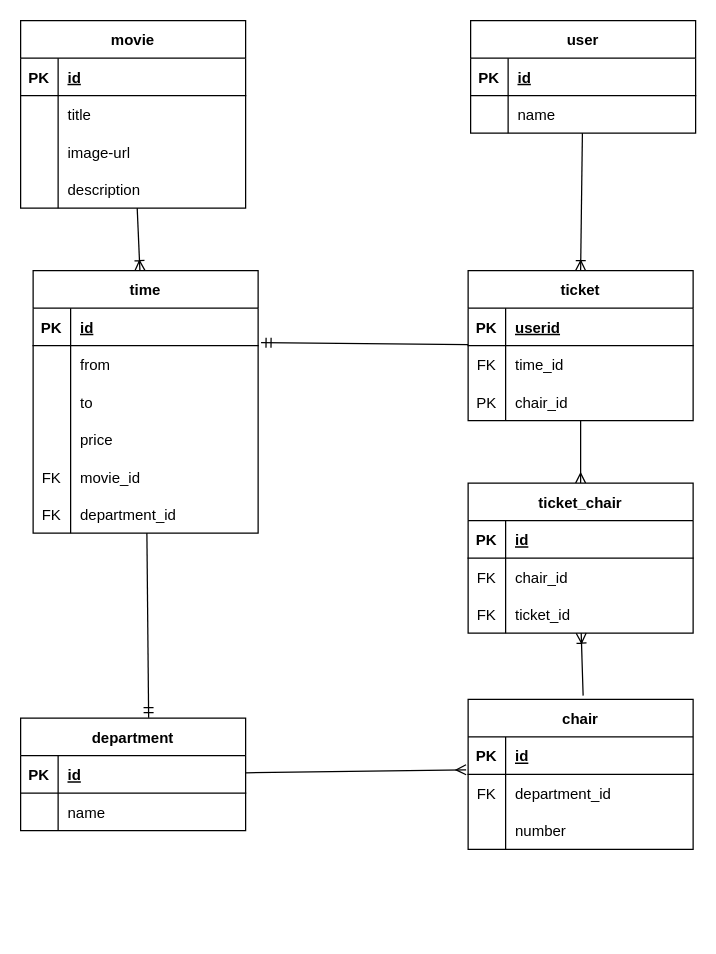
Earlier version of the draw.io diagram order-cinema-ticket/oder-cinema-ticket.drawio (agilino/angular-springboot). Source tidied: cells renumbered, new cells numbered last; positions are measured from the earlier drawing's top-left corner, leaving out a move shared by most shapes. Both pictures are drawn from the tidied source at 125%, with x=0, y=0 at pixel (20, 20).
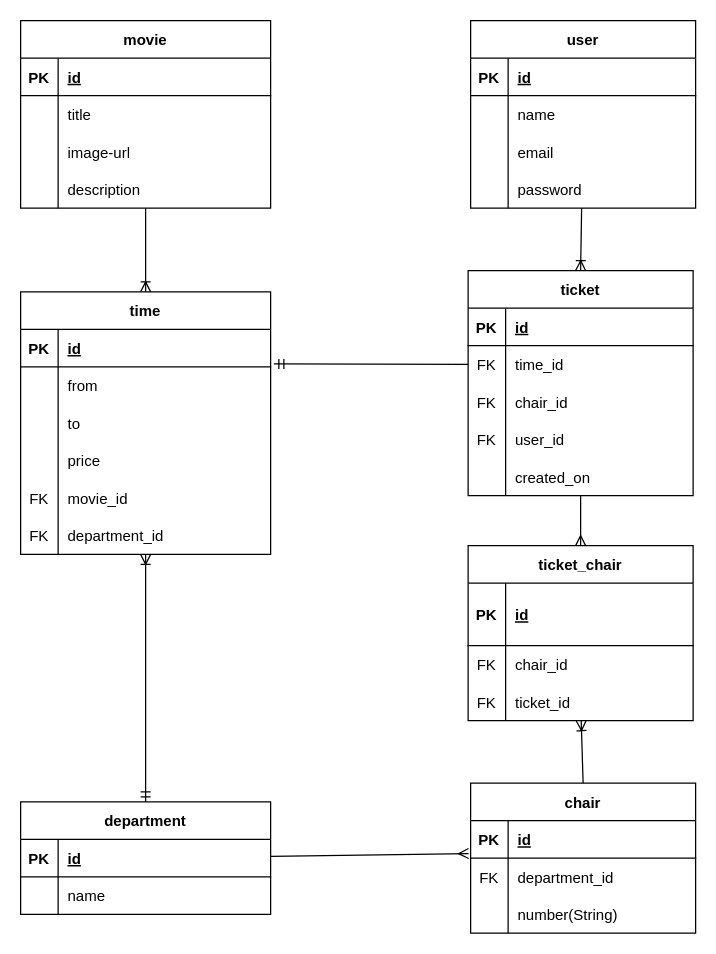
The same diagram, later.

Unchanged cells that the change refers to:
```xml
<mxCell id="30" style="shape=tableRow;horizontal=0;startSize=0;swimlaneHead=0;swimlaneBody=0;fillColor=none;top=0;left=0;right=0;bottom=0;" parent="23" vertex="1">
  <mxGeometry y="90" width="180" height="30" as="geometry" />
</mxCell>
<mxCell id="65" style="shape=tableRow;horizontal=0;startSize=0;swimlaneHead=0;swimlaneBody=0;fillColor=none;top=0;left=0;right=0;bottom=1;" parent="64" vertex="1">
  <mxGeometry y="30" width="180" height="30" as="geometry" />
</mxCell>
<mxCell id="68" style="shape=tableRow;horizontal=0;startSize=0;swimlaneHead=0;swimlaneBody=0;fillColor=none;points=[[0,0.5],[1,0.5]];portConstraint=eastwest;top=0;left=0;right=0;bottom=0;" parent="64" vertex="1">
  <mxGeometry y="60" width="180" height="30" as="geometry" />
</mxCell>
<mxCell id="71" style="shape=tableRow;horizontal=0;startSize=0;swimlaneHead=0;swimlaneBody=0;fillColor=none;top=0;left=0;right=0;bottom=0;" parent="64" vertex="1">
  <mxGeometry y="90" width="180" height="30" as="geometry" />
</mxCell>
```

What changed in the source:
```diff
@@
     <mxCell id="3" value="movie" style="shape=table;startSize=30;childLayout=tableLayout;rowLines=0;fontStyle=1;align=center;" parent="1" vertex="1">
-      <mxGeometry width="180" height="150" as="geometry" />
+      <mxGeometry width="200" height="150" as="geometry" />
     </mxCell>
     <mxCell id="4" style="shape=tableRow;horizontal=0;startSize=0;swimlaneHead=0;swimlaneBody=0;fillColor=none;top=0;left=0;right=0;bottom=1;" parent="3" vertex="1">
-      <mxGeometry y="30" width="180" height="30" as="geometry" />
+      <mxGeometry y="30" width="200" height="30" as="geometry" />
     </mxCell>
@@
     <mxCell id="6" value="id" style="shape=partialRectangle;fillColor=none;top=0;left=0;bottom=0;right=0;align=left;spacingLeft=6;fontStyle=5;overflow=hidden;" parent="4" vertex="1">
-      <mxGeometry x="30" width="150" height="30" as="geometry" />
+      <mxGeometry x="30" width="170" height="30" as="geometry" />
     </mxCell>
     <mxCell id="7" style="shape=tableRow;horizontal=0;startSize=0;swimlaneHead=0;swimlaneBody=0;fillColor=none;top=0;left=0;right=0;bottom=0;" parent="3" vertex="1">
-      <mxGeometry y="60" width="180" height="30" as="geometry" />
+      <mxGeometry y="60" width="200" height="30" as="geometry" />
     </mxCell>
@@
     <mxCell id="9" value="title" style="shape=partialRectangle;fillColor=none;top=0;left=0;bottom=0;right=0;align=left;spacingLeft=6;overflow=hidden;" parent="7" vertex="1">
-      <mxGeometry x="30" width="150" height="30" as="geometry" />
+      <mxGeometry x="30" width="170" height="30" as="geometry" />
     </mxCell>
     <mxCell id="10" style="shape=tableRow;horizontal=0;startSize=0;swimlaneHead=0;swimlaneBody=0;fillColor=none;top=0;left=0;right=0;bottom=0;" parent="3" vertex="1">
-      <mxGeometry y="90" width="180" height="30" as="geometry" />
+      <mxGeometry y="90" width="200" height="30" as="geometry" />
     </mxCell>
@@
     <mxCell id="12" value="image-url" style="shape=partialRectangle;fillColor=none;top=0;left=0;bottom=0;right=0;align=left;spacingLeft=6;overflow=hidden;" parent="10" vertex="1">
-      <mxGeometry x="30" width="150" height="30" as="geometry" />
+      <mxGeometry x="30" width="170" height="30" as="geometry" />
     </mxCell>
     <mxCell id="13" style="shape=tableRow;horizontal=0;startSize=0;swimlaneHead=0;swimlaneBody=0;fillColor=none;top=0;left=0;right=0;bottom=0;" parent="3" vertex="1">
-      <mxGeometry y="120" width="180" height="30" as="geometry" />
+      <mxGeometry y="120" width="200" height="30" as="geometry" />
     </mxCell>
@@
     <mxCell id="15" value="description" style="shape=partialRectangle;fillColor=none;top=0;left=0;bottom=0;right=0;align=left;spacingLeft=6;overflow=hidden;" parent="13" vertex="1">
-      <mxGeometry x="30" width="150" height="30" as="geometry" />
+      <mxGeometry x="30" width="170" height="30" as="geometry" />
     </mxCell>
     <mxCell id="16" value="department" style="shape=table;startSize=30;childLayout=tableLayout;rowLines=0;fontStyle=1;align=center;" parent="1" vertex="1">
-      <mxGeometry y="558" width="180" height="90" as="geometry" />
+      <mxGeometry y="625" width="200" height="90" as="geometry" />
     </mxCell>
     <mxCell id="17" style="shape=tableRow;horizontal=0;startSize=0;swimlaneHead=0;swimlaneBody=0;fillColor=none;points=[[0,0.5],[1,0.5]];portConstraint=eastwest;top=0;left=0;right=0;bottom=1;" parent="16" vertex="1">
-      <mxGeometry y="30" width="180" height="30" as="geometry" />
+      <mxGeometry y="30" width="200" height="30" as="geometry" />
     </mxCell>
@@
     <mxCell id="19" value="id" style="shape=partialRectangle;fillColor=none;top=0;left=0;bottom=0;right=0;align=left;spacingLeft=6;fontStyle=5;overflow=hidden;" parent="17" vertex="1">
-      <mxGeometry x="30" width="150" height="30" as="geometry" />
+      <mxGeometry x="30" width="170" height="30" as="geometry" />
     </mxCell>
     <mxCell id="20" style="shape=tableRow;horizontal=0;startSize=0;swimlaneHead=0;swimlaneBody=0;fillColor=none;top=0;left=0;right=0;bottom=0;" parent="16" vertex="1">
-      <mxGeometry y="60" width="180" height="30" as="geometry" />
+      <mxGeometry y="60" width="200" height="30" as="geometry" />
     </mxCell>
@@
     <mxCell id="22" value="name" style="shape=partialRectangle;fillColor=none;top=0;left=0;bottom=0;right=0;align=left;spacingLeft=6;overflow=hidden;" parent="20" vertex="1">
-      <mxGeometry x="30" width="150" height="30" as="geometry" />
+      <mxGeometry x="30" width="170" height="30" as="geometry" />
     </mxCell>
     <mxCell id="23" value="chair" style="shape=table;startSize=30;childLayout=tableLayout;rowLines=0;fontStyle=1;align=center;" parent="1" vertex="1">
-      <mxGeometry x="358" y="543" width="180" height="120" as="geometry" />
+      <mxGeometry x="360" y="610" width="180" height="120" as="geometry" />
     </mxCell>
@@
-    <mxCell id="32" value="number" style="shape=partialRectangle;fillColor=none;top=0;left=0;bottom=0;right=0;align=left;spacingLeft=6;overflow=hidden;" parent="30" vertex="1">
+    <mxCell id="32" value="number(String) " style="shape=partialRectangle;fillColor=none;top=0;left=0;bottom=0;right=0;align=left;spacingLeft=6;overflow=hidden;" parent="30" vertex="1">
       <mxGeometry x="30" width="150" height="30" as="geometry" />
     </mxCell>
-    <mxCell id="33" style="edgeStyle=none;html=1;entryX=0.569;entryY=-0.004;entryDx=0;entryDy=0;entryPerimeter=0;endArrow=ERmandOne;endFill=0;" parent="1" edge="1" source="34" target="16">
+    <mxCell id="33" style="edgeStyle=none;html=1;endArrow=ERmandOne;endFill=0;startArrow=ERoneToMany;startFill=0;entryX=0.5;entryY=0;entryDx=0;entryDy=0;" parent="1" edge="1" source="34" target="16">
       <mxGeometry relative="1" as="geometry" />
     </mxCell>
     <mxCell id="34" value="time" style="shape=table;startSize=30;childLayout=tableLayout;rowLines=0;fontStyle=1;align=center;" parent="1" vertex="1">
-      <mxGeometry x="10" y="200" width="180" height="210" as="geometry" />
+      <mxGeometry y="217" width="200" height="210" as="geometry" />
     </mxCell>
     <mxCell id="35" style="shape=tableRow;horizontal=0;startSize=0;swimlaneHead=0;swimlaneBody=0;fillColor=none;top=0;left=0;right=0;bottom=1;" parent="34" vertex="1">
-      <mxGeometry y="30" width="180" height="30" as="geometry" />
+      <mxGeometry y="30" width="200" height="30" as="geometry" />
     </mxCell>
@@
     <mxCell id="37" value="id" style="shape=partialRectangle;fillColor=none;top=0;left=0;bottom=0;right=0;align=left;spacingLeft=6;fontStyle=5;overflow=hidden;" parent="35" vertex="1">
-      <mxGeometry x="30" width="150" height="30" as="geometry" />
+      <mxGeometry x="30" width="170" height="30" as="geometry" />
     </mxCell>
     <mxCell id="38" style="shape=tableRow;horizontal=0;startSize=0;swimlaneHead=0;swimlaneBody=0;fillColor=none;points=[[0,0.5],[1,0.5]];portConstraint=eastwest;top=0;left=0;right=0;bottom=0;" parent="34" vertex="1">
-      <mxGeometry y="60" width="180" height="30" as="geometry" />
+      <mxGeometry y="60" width="200" height="30" as="geometry" />
     </mxCell>
@@
     <mxCell id="40" value="from" style="shape=partialRectangle;fillColor=none;top=0;left=0;bottom=0;right=0;align=left;spacingLeft=6;overflow=hidden;" parent="38" vertex="1">
-      <mxGeometry x="30" width="150" height="30" as="geometry" />
+      <mxGeometry x="30" width="170" height="30" as="geometry" />
     </mxCell>
     <mxCell id="41" style="shape=tableRow;horizontal=0;startSize=0;swimlaneHead=0;swimlaneBody=0;fillColor=none;top=0;left=0;right=0;bottom=0;" parent="34" vertex="1">
-      <mxGeometry y="90" width="180" height="30" as="geometry" />
+      <mxGeometry y="90" width="200" height="30" as="geometry" />
     </mxCell>
@@
     <mxCell id="43" value="to" style="shape=partialRectangle;fillColor=none;top=0;left=0;bottom=0;right=0;align=left;spacingLeft=6;overflow=hidden;" parent="41" vertex="1">
-      <mxGeometry x="30" width="150" height="30" as="geometry" />
+      <mxGeometry x="30" width="170" height="30" as="geometry" />
     </mxCell>
     <mxCell id="44" style="shape=tableRow;horizontal=0;startSize=0;swimlaneHead=0;swimlaneBody=0;fillColor=none;top=0;left=0;right=0;bottom=0;" parent="34" vertex="1">
-      <mxGeometry y="120" width="180" height="30" as="geometry" />
+      <mxGeometry y="120" width="200" height="30" as="geometry" />
     </mxCell>
@@
     <mxCell id="46" value="price" style="shape=partialRectangle;fillColor=none;top=0;left=0;bottom=0;right=0;align=left;spacingLeft=6;overflow=hidden;" parent="44" vertex="1">
-      <mxGeometry x="30" width="150" height="30" as="geometry" />
+      <mxGeometry x="30" width="170" height="30" as="geometry" />
     </mxCell>
     <mxCell id="47" style="shape=tableRow;horizontal=0;startSize=0;swimlaneHead=0;swimlaneBody=0;fillColor=none;top=0;left=0;right=0;bottom=0;" parent="34" vertex="1">
-      <mxGeometry y="150" width="180" height="30" as="geometry" />
+      <mxGeometry y="150" width="200" height="30" as="geometry" />
     </mxCell>
@@
     <mxCell id="49" value="movie_id" style="shape=partialRectangle;fillColor=none;top=0;left=0;bottom=0;right=0;align=left;spacingLeft=6;overflow=hidden;" parent="47" vertex="1">
-      <mxGeometry x="30" width="150" height="30" as="geometry" />
+      <mxGeometry x="30" width="170" height="30" as="geometry" />
     </mxCell>
     <mxCell id="50" style="shape=tableRow;horizontal=0;startSize=0;swimlaneHead=0;swimlaneBody=0;fillColor=none;top=0;left=0;right=0;bottom=0;" parent="34" vertex="1">
-      <mxGeometry y="180" width="180" height="30" as="geometry" />
+      <mxGeometry y="180" width="200" height="30" as="geometry" />
     </mxCell>
@@
     <mxCell id="52" value="department_id" style="shape=partialRectangle;fillColor=none;top=0;left=0;bottom=0;right=0;align=left;spacingLeft=6;overflow=hidden;" parent="50" vertex="1">
-      <mxGeometry x="30" width="150" height="30" as="geometry" />
+      <mxGeometry x="30" width="170" height="30" as="geometry" />
     </mxCell>
@@
     <mxCell id="54" value="user" style="shape=table;startSize=30;childLayout=tableLayout;rowLines=0;fontStyle=1;align=center;" parent="1" vertex="1">
-      <mxGeometry x="360" width="180" height="90" as="geometry" />
+      <mxGeometry x="360" width="180" height="150" as="geometry" />
     </mxCell>
@@
+    <mxCell id="85" style="shape=tableRow;horizontal=0;startSize=0;swimlaneHead=0;swimlaneBody=0;fillColor=none;top=0;left=0;right=0;bottom=0;" parent="54" vertex="1">
+      <mxGeometry y="90" width="180" height="30" as="geometry" />
+    </mxCell>
+    <mxCell id="86" style="shape=partialRectangle;fillColor=none;top=0;left=0;bottom=0;right=0;overflow=hidden;" parent="85" vertex="1">
+      <mxGeometry width="30" height="30" as="geometry" />
+    </mxCell>
+    <mxCell id="87" value="email" style="shape=partialRectangle;fillColor=none;top=0;left=0;bottom=0;right=0;align=left;spacingLeft=6;overflow=hidden;" parent="85" vertex="1">
+      <mxGeometry x="30" width="150" height="30" as="geometry" />
+    </mxCell>
+    <mxCell id="88" style="shape=tableRow;horizontal=0;startSize=0;swimlaneHead=0;swimlaneBody=0;fillColor=none;top=0;left=0;right=0;bottom=0;" parent="54" vertex="1">
+      <mxGeometry y="120" width="180" height="30" as="geometry" />
+    </mxCell>
+    <mxCell id="89" style="shape=partialRectangle;fillColor=none;top=0;left=0;bottom=0;right=0;overflow=hidden;" parent="88" vertex="1">
+      <mxGeometry width="30" height="30" as="geometry" />
+    </mxCell>
+    <mxCell id="90" value="password" style="shape=partialRectangle;fillColor=none;top=0;left=0;bottom=0;right=0;align=left;spacingLeft=6;overflow=hidden;" parent="88" vertex="1">
+      <mxGeometry x="30" width="150" height="30" as="geometry" />
+    </mxCell>
@@
-    <mxCell id="62" style="edgeStyle=none;html=1;endArrow=ERmandOne;endFill=0;entryX=1.013;entryY=-0.078;entryDx=0;entryDy=0;entryPerimeter=0;" parent="1" edge="1" source="64" target="38">
+    <mxCell id="62" style="edgeStyle=none;html=1;endArrow=ERmandOne;endFill=0;entryX=1.013;entryY=-0.078;entryDx=0;entryDy=0;entryPerimeter=0;exitX=0;exitY=0.5;exitDx=0;exitDy=0;" parent="1" edge="1" source="68" target="38">
       <mxGeometry relative="1" as="geometry" />
     </mxCell>
@@
     <mxCell id="64" value="ticket" style="shape=table;startSize=30;childLayout=tableLayout;rowLines=0;fontStyle=1;align=center;" parent="1" vertex="1">
-      <mxGeometry x="358" y="200" width="180" height="120" as="geometry" />
+      <mxGeometry x="358" y="200" width="180" height="180" as="geometry" />
     </mxCell>
@@
-    <mxCell id="67" value="userid" style="shape=partialRectangle;fillColor=none;top=0;left=0;bottom=0;right=0;align=left;spacingLeft=6;fontStyle=5;overflow=hidden;" parent="65" vertex="1">
+    <mxCell id="67" value="id" style="shape=partialRectangle;fillColor=none;top=0;left=0;bottom=0;right=0;align=left;spacingLeft=6;fontStyle=5;overflow=hidden;" parent="65" vertex="1">
       <mxGeometry x="30" width="150" height="30" as="geometry" />
     </mxCell>
@@
-    <mxCell id="72" value="PK" style="shape=partialRectangle;fillColor=none;top=0;left=0;bottom=0;right=0;overflow=hidden;" parent="71" vertex="1">
+    <mxCell id="72" value="FK" style="shape=partialRectangle;fillColor=none;top=0;left=0;bottom=0;right=0;overflow=hidden;" parent="71" vertex="1">
       <mxGeometry width="30" height="30" as="geometry" />
     </mxCell>
@@
+    <mxCell id="91" style="shape=tableRow;horizontal=0;startSize=0;swimlaneHead=0;swimlaneBody=0;fillColor=none;top=0;left=0;right=0;bottom=0;" parent="64" vertex="1">
+      <mxGeometry y="120" width="180" height="30" as="geometry" />
+    </mxCell>
+    <mxCell id="92" value="FK" style="shape=partialRectangle;fillColor=none;top=0;left=0;bottom=0;right=0;overflow=hidden;" parent="91" vertex="1">
+      <mxGeometry width="30" height="30" as="geometry" />
+    </mxCell>
+    <mxCell id="93" value="user_id" style="shape=partialRectangle;fillColor=none;top=0;left=0;bottom=0;right=0;align=left;spacingLeft=6;overflow=hidden;" parent="91" vertex="1">
+      <mxGeometry x="30" width="150" height="30" as="geometry" />
+    </mxCell>
+    <mxCell id="94" style="shape=tableRow;horizontal=0;startSize=0;swimlaneHead=0;swimlaneBody=0;fillColor=none;top=0;left=0;right=0;bottom=0;" parent="64" vertex="1">
+      <mxGeometry y="150" width="180" height="30" as="geometry" />
+    </mxCell>
+    <mxCell id="95" style="shape=partialRectangle;fillColor=none;top=0;left=0;bottom=0;right=0;overflow=hidden;" parent="94" vertex="1">
+      <mxGeometry width="30" height="30" as="geometry" />
+    </mxCell>
+    <mxCell id="96" value="created_on" style="shape=partialRectangle;fillColor=none;top=0;left=0;bottom=0;right=0;align=left;spacingLeft=6;overflow=hidden;" parent="94" vertex="1">
+      <mxGeometry x="30" width="150" height="30" as="geometry" />
+    </mxCell>
     <mxCell id="74" value="ticket_chair" style="shape=table;startSize=30;childLayout=tableLayout;rowLines=0;fontStyle=1;align=center;" parent="1" vertex="1">
-      <mxGeometry x="358" y="370" width="180" height="120" as="geometry" />
+      <mxGeometry x="358" y="420" width="180" height="140" as="geometry" />
     </mxCell>
     <mxCell id="75" style="shape=tableRow;horizontal=0;startSize=0;swimlaneHead=0;swimlaneBody=0;fillColor=none;top=0;left=0;right=0;bottom=1;" parent="74" vertex="1">
-      <mxGeometry y="30" width="180" height="30" as="geometry" />
+      <mxGeometry y="30" width="180" height="50" as="geometry" />
     </mxCell>
     <mxCell id="76" value="PK" style="shape=partialRectangle;fillColor=none;top=0;left=0;bottom=0;right=0;fontStyle=1;overflow=hidden;" parent="75" vertex="1">
-      <mxGeometry width="30" height="30" as="geometry" />
+      <mxGeometry width="30" height="50" as="geometry" />
     </mxCell>
     <mxCell id="77" value="id" style="shape=partialRectangle;fillColor=none;top=0;left=0;bottom=0;right=0;align=left;spacingLeft=6;fontStyle=5;overflow=hidden;" parent="75" vertex="1">
-      <mxGeometry x="30" width="150" height="30" as="geometry" />
+      <mxGeometry x="30" width="150" height="50" as="geometry" />
     </mxCell>
     <mxCell id="78" style="shape=tableRow;horizontal=0;startSize=0;swimlaneHead=0;swimlaneBody=0;fillColor=none;top=0;left=0;right=0;bottom=0;" parent="74" vertex="1">
-      <mxGeometry y="60" width="180" height="30" as="geometry" />
+      <mxGeometry y="80" width="180" height="30" as="geometry" />
     </mxCell>
@@
     <mxCell id="81" style="shape=tableRow;horizontal=0;startSize=0;swimlaneHead=0;swimlaneBody=0;fillColor=none;points=[[0,0.5],[1,0.5]];portConstraint=eastwest;top=0;left=0;right=0;bottom=0;" parent="74" vertex="1">
-      <mxGeometry y="90" width="180" height="30" as="geometry" />
+      <mxGeometry y="110" width="180" height="30" as="geometry" />
     </mxCell>
@@
-    <mxCell id="84" style="fontSize=12;html=1;endArrow=ERoneToMany;" parent="1" edge="1" target="81">
-      <mxGeometry relative="1" as="geometry">
-        <mxPoint x="450" y="540" as="sourcePoint" />
-      </mxGeometry>
+    <mxCell id="84" style="fontSize=12;html=1;endArrow=ERoneToMany;exitX=0.5;exitY=0;exitDx=0;exitDy=0;" parent="1" edge="1" source="23" target="81">
+      <mxGeometry relative="1" as="geometry" />
     </mxCell>
```
